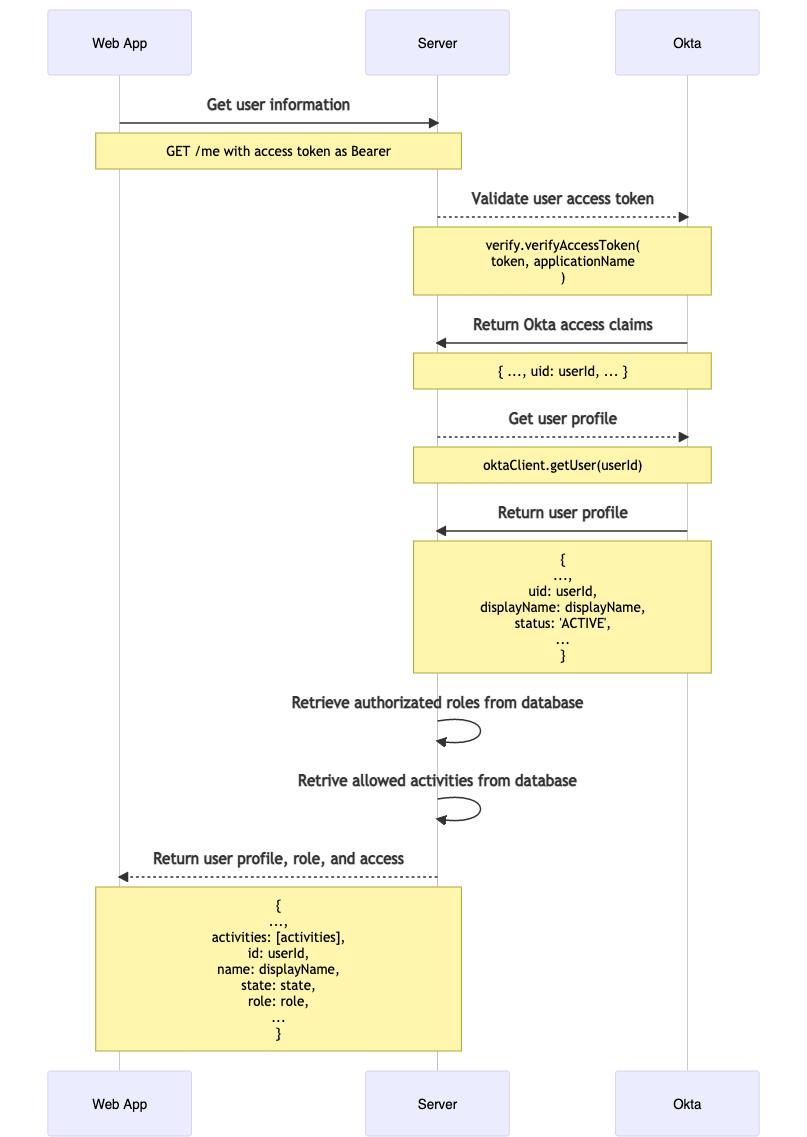
Above: documentation/sequence-diagram-authorization.png in Enterprise-CMCS/eAPD (Mermaid), before the change. Its source is kept beside it as documentation/sequence-diagram-authorization.mmd.
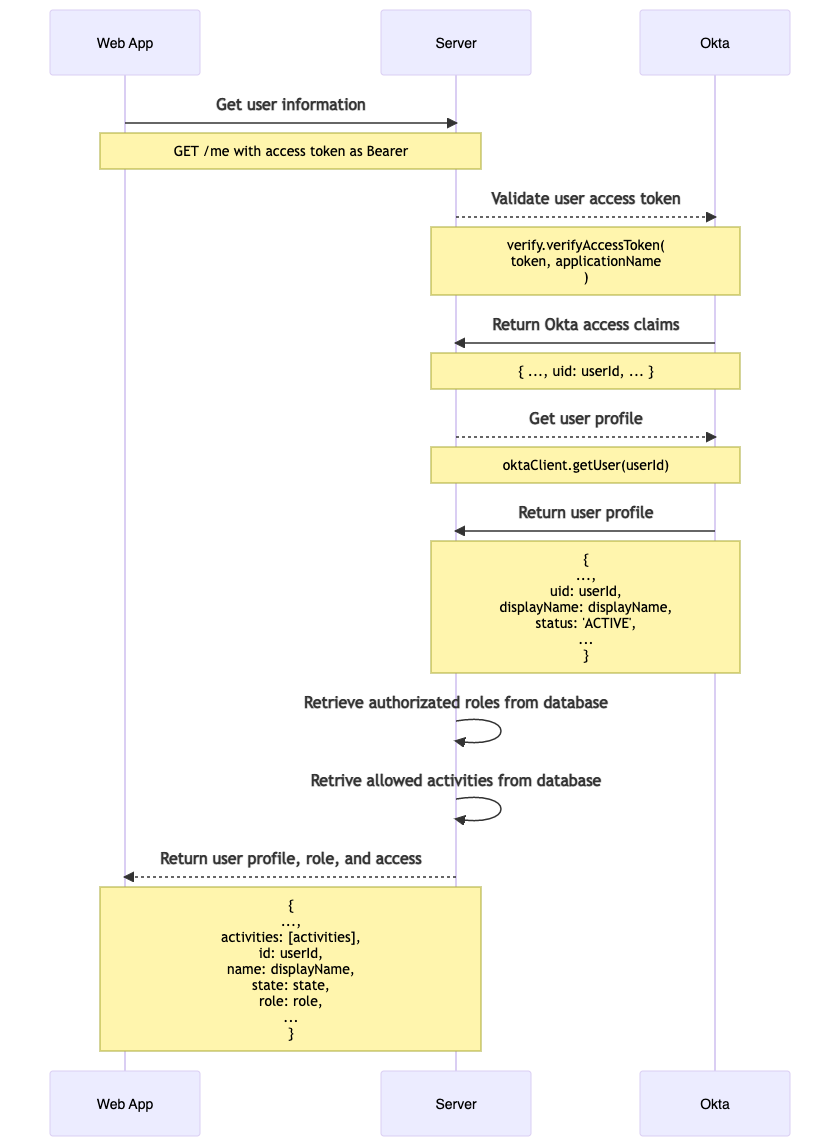
After the change.

Diff of the diagram source:
````diff
@@ -1,4 +1,3 @@
-```mermaid
 sequenceDiagram
   participant W as Web App
   participant S as Server
@@ -18,4 +17,3 @@
   S->>S: Retrive allowed activities from database
   S-->>W: Return user profile, role, and access
   Note over W,S: {<br/>...,<br>activities: [activities],<br/>id: userId,<br/> name: displayName,<br/>state: state,<br/>role: role,<br/>...<br/>}
-```
````
